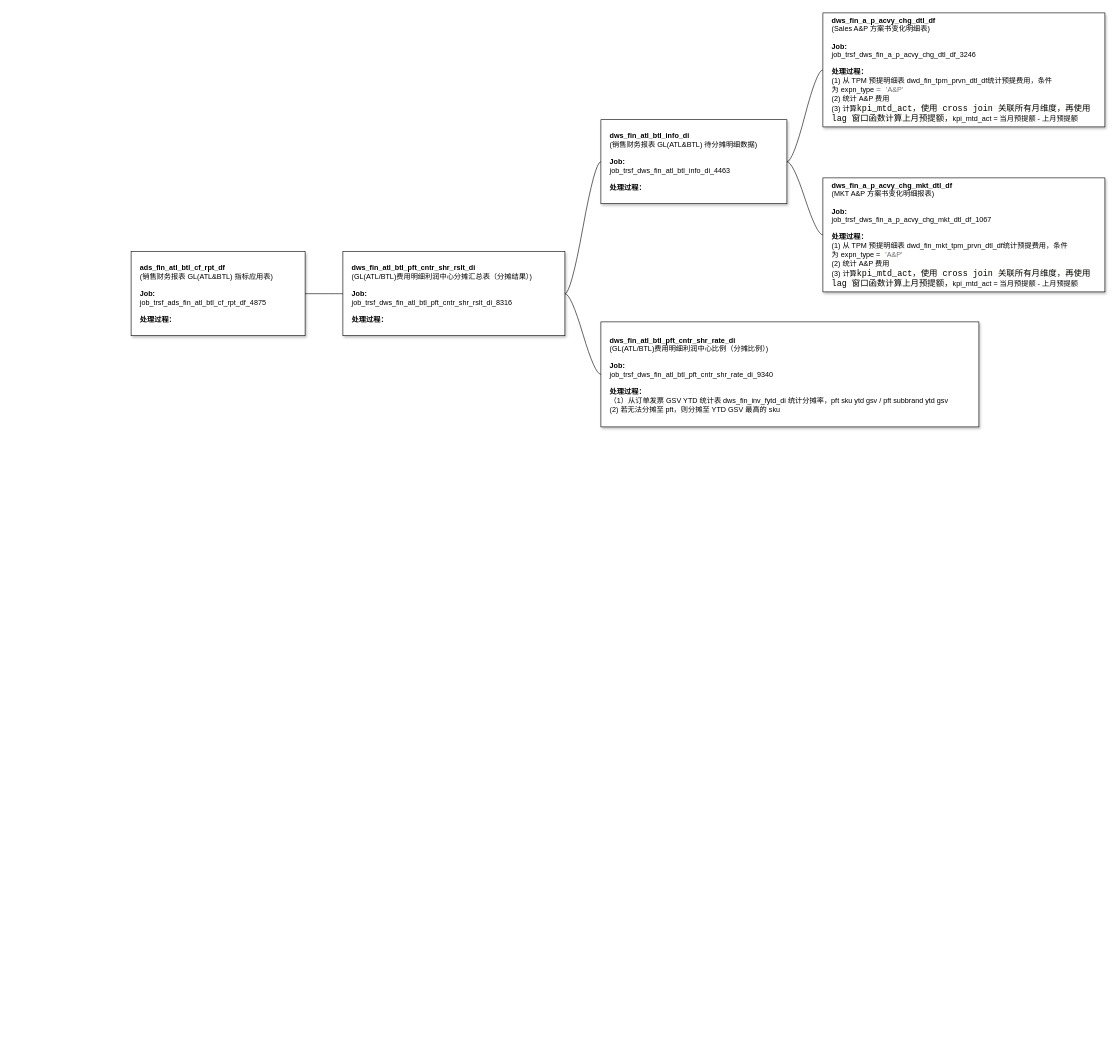
This is vitasoy-fin-atlAndBtl.drawio from fsJerryChan/fsJerryChan, a draw.io file, before an edit. Source tidied: cells renumbered, new cells numbered last; positions are measured from the earlier drawing's top-left corner, leaving out a move shared by most shapes. Both pictures are drawn from the tidied source at 60%, with x=0, y=0 at pixel (131, 13).
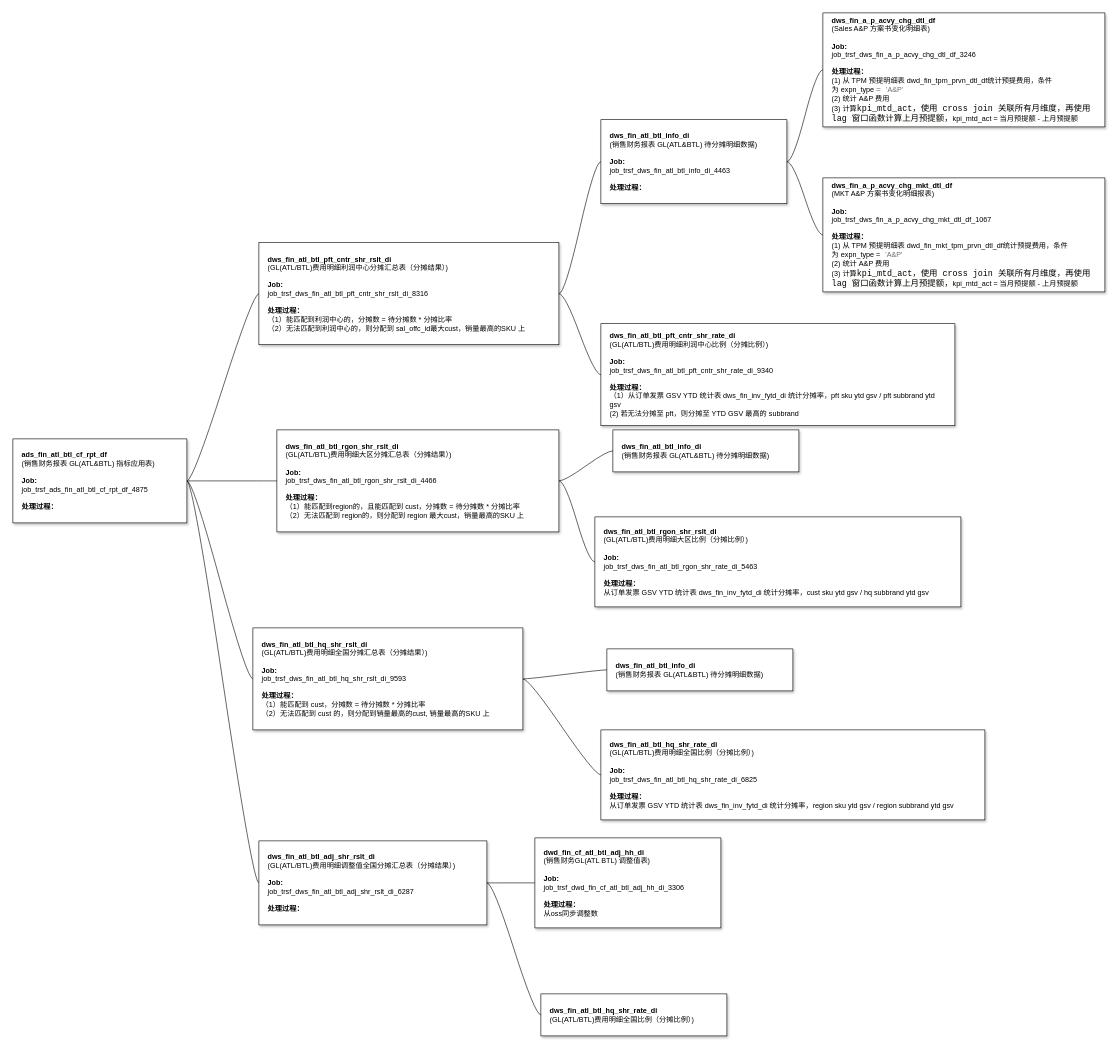
The same diagram, later.

Diff of the diagram source:
```diff
@@
+    <mxCell id="13" style="edgeStyle=entityRelationEdgeStyle;rounded=0;jettySize=auto;html=1;startArrow=none;endArrow=none;segment=10;curved=1;sourcePerimeterSpacing=0;targetPerimeterSpacing=0;" parent="1" edge="1" source="8" target="18">
+      <mxGeometry relative="1" as="geometry" />
+    </mxCell>
+    <mxCell id="14" style="edgeStyle=entityRelationEdgeStyle;rounded=0;jettySize=auto;html=1;startArrow=none;endArrow=none;segment=10;curved=1;sourcePerimeterSpacing=0;targetPerimeterSpacing=0;" parent="1" edge="1" source="8" target="23">
+      <mxGeometry relative="1" as="geometry" />
+    </mxCell>
+    <mxCell id="15" style="edgeStyle=entityRelationEdgeStyle;rounded=0;jettySize=auto;html=1;startArrow=none;endArrow=none;segment=10;curved=1;sourcePerimeterSpacing=0;targetPerimeterSpacing=0;" parent="1" edge="1" source="8" target="28">
+      <mxGeometry relative="1" as="geometry" />
+    </mxCell>
     <mxCell id="8" value="&lt;b&gt;ads_fin_atl_btl_cf_rpt_df&lt;/b&gt;&lt;br&gt;(销售财务报表 GL(ATL&amp;amp;BTL) 指标应用表)&lt;br&gt;&lt;br&gt;&lt;b&gt;Job:&lt;br&gt;&lt;/b&gt;job_trsf_ads_fin_atl_btl_cf_rpt_df_4875&lt;br&gt;&lt;br&gt;&lt;b&gt;处理过程：&lt;/b&gt;" style="whiteSpace=wrap;html=1;rounded=0;arcSize=50;align=left;verticalAlign=middle;strokeWidth=1;spacing=15;newEdgeStyle={&quot;edgeStyle&quot;:&quot;entityRelationEdgeStyle&quot;,&quot;startArrow&quot;:&quot;none&quot;,&quot;endArrow&quot;:&quot;none&quot;,&quot;segment&quot;:10,&quot;curved&quot;:1,&quot;sourcePerimeterSpacing&quot;:0,&quot;targetPerimeterSpacing&quot;:0};shadow=1;" parent="1" vertex="1">
-      <mxGeometry y="398" width="290" height="140" as="geometry" />
+      <mxGeometry x="-197" y="710" width="290" height="140" as="geometry" />
     </mxCell>
-    <mxCell id="9" value="&lt;b&gt;dws_fin_atl_btl_pft_cntr_shr_rate_di&lt;/b&gt;&lt;br&gt;(GL(ATL/BTL)费用明细利润中心比例（分摊比例）)&lt;br&gt;&lt;br&gt;&lt;b&gt;Job:&lt;br&gt;&lt;/b&gt;job_trsf_dws_fin_atl_btl_pft_cntr_shr_rate_di_9340&lt;br&gt;&lt;br&gt;&lt;b&gt;处理过程：&lt;/b&gt;&lt;br&gt;（1）从订单发票 GSV YTD 统计表 dws_fin_inv_fytd_di 统计分摊率，pft sku ytd gsv / pft subbrand ytd gsv&lt;br&gt;(2) 若无法分摊至 pft，则分摊至 YTD GSV 最高的 sku" style="whiteSpace=wrap;html=1;rounded=0;arcSize=50;align=left;verticalAlign=middle;strokeWidth=1;spacing=15;newEdgeStyle={&quot;edgeStyle&quot;:&quot;entityRelationEdgeStyle&quot;,&quot;startArrow&quot;:&quot;none&quot;,&quot;endArrow&quot;:&quot;none&quot;,&quot;segment&quot;:10,&quot;curved&quot;:1,&quot;sourcePerimeterSpacing&quot;:0,&quot;targetPerimeterSpacing&quot;:0};shadow=1;" parent="1" vertex="1">
-      <mxGeometry x="783" y="515" width="630" height="175" as="geometry" />
+    <mxCell id="9" value="&lt;b&gt;dws_fin_atl_btl_pft_cntr_shr_rate_di&lt;/b&gt;&lt;br&gt;(GL(ATL/BTL)费用明细利润中心比例（分摊比例）)&lt;br&gt;&lt;br&gt;&lt;b&gt;Job:&lt;br&gt;&lt;/b&gt;job_trsf_dws_fin_atl_btl_pft_cntr_shr_rate_di_9340&lt;br&gt;&lt;br&gt;&lt;b&gt;处理过程：&lt;/b&gt;&lt;br&gt;（1）从订单发票 GSV YTD 统计表 dws_fin_inv_fytd_di 统计分摊率，pft sku ytd gsv / pft subbrand ytd gsv&lt;br&gt;(2) 若无法分摊至 pft，则分摊至 YTD GSV 最高的 subbrand" style="whiteSpace=wrap;html=1;rounded=0;arcSize=50;align=left;verticalAlign=middle;strokeWidth=1;spacing=15;newEdgeStyle={&quot;edgeStyle&quot;:&quot;entityRelationEdgeStyle&quot;,&quot;startArrow&quot;:&quot;none&quot;,&quot;endArrow&quot;:&quot;none&quot;,&quot;segment&quot;:10,&quot;curved&quot;:1,&quot;sourcePerimeterSpacing&quot;:0,&quot;targetPerimeterSpacing&quot;:0};shadow=1;" parent="1" vertex="1">
+      <mxGeometry x="783" y="518" width="590" height="170" as="geometry" />
     </mxCell>
@@
-    <mxCell id="12" value="&lt;b&gt;dws_fin_atl_btl_pft_cntr_shr_rslt_di&lt;/b&gt;&lt;br&gt;(GL(ATL/BTL)费用明细利润中心分摊汇总表（分摊结果）)&lt;br&gt;&lt;br&gt;&lt;b&gt;Job:&lt;br&gt;&lt;/b&gt;job_trsf_dws_fin_atl_btl_pft_cntr_shr_rslt_di_8316&lt;br&gt;&lt;br&gt;&lt;b&gt;处理过程：&lt;/b&gt;" style="whiteSpace=wrap;html=1;rounded=0;arcSize=50;align=left;verticalAlign=middle;strokeWidth=1;spacing=15;newEdgeStyle={&quot;edgeStyle&quot;:&quot;entityRelationEdgeStyle&quot;,&quot;startArrow&quot;:&quot;none&quot;,&quot;endArrow&quot;:&quot;none&quot;,&quot;segment&quot;:10,&quot;curved&quot;:1,&quot;sourcePerimeterSpacing&quot;:0,&quot;targetPerimeterSpacing&quot;:0};shadow=1;" parent="1" vertex="1">
-      <mxGeometry x="353" y="398" width="370" height="140" as="geometry" />
+    <mxCell id="12" value="&lt;b&gt;dws_fin_atl_btl_pft_cntr_shr_rslt_di&lt;/b&gt;&lt;br&gt;(GL(ATL/BTL)费用明细利润中心分摊汇总表（分摊结果）)&lt;br&gt;&lt;br&gt;&lt;b&gt;Job:&lt;br&gt;&lt;/b&gt;job_trsf_dws_fin_atl_btl_pft_cntr_shr_rslt_di_8316&lt;br&gt;&lt;br&gt;&lt;b&gt;处理过程：&lt;/b&gt;&lt;br&gt;（1）能匹配到利润中心的，分摊数 = 待分摊数 * 分摊比率&lt;br&gt;（2）无法匹配到利润中心的，则分配到&amp;nbsp;sal_offc_id最大cust，销量最高的SKU 上" style="whiteSpace=wrap;html=1;rounded=0;arcSize=50;align=left;verticalAlign=middle;strokeWidth=1;spacing=15;newEdgeStyle={&quot;edgeStyle&quot;:&quot;entityRelationEdgeStyle&quot;,&quot;startArrow&quot;:&quot;none&quot;,&quot;endArrow&quot;:&quot;none&quot;,&quot;segment&quot;:10,&quot;curved&quot;:1,&quot;sourcePerimeterSpacing&quot;:0,&quot;targetPerimeterSpacing&quot;:0};shadow=1;" parent="1" vertex="1">
+      <mxGeometry x="213" y="383" width="500" height="170" as="geometry" />
     </mxCell>
+    <mxCell id="16" style="edgeStyle=entityRelationEdgeStyle;rounded=0;jettySize=auto;html=1;startArrow=none;endArrow=none;segment=10;curved=1;sourcePerimeterSpacing=0;targetPerimeterSpacing=0;" parent="1" edge="1" source="18" target="19">
+      <mxGeometry relative="1" as="geometry" />
+    </mxCell>
+    <mxCell id="17" style="edgeStyle=entityRelationEdgeStyle;rounded=0;jettySize=auto;html=1;startArrow=none;endArrow=none;segment=10;curved=1;sourcePerimeterSpacing=0;targetPerimeterSpacing=0;" parent="1" edge="1" source="18" target="20">
+      <mxGeometry relative="1" as="geometry" />
+    </mxCell>
+    <mxCell id="18" value="&lt;b&gt;dws_fin_atl_btl_rgon_shr_rslt_di&lt;br&gt;&lt;/b&gt;(GL(ATL/BTL)费用明细大区分摊汇总表（分摊结果）)&lt;br&gt;&lt;br&gt;&lt;b&gt;Job:&lt;br&gt;&lt;/b&gt;job_trsf_dws_fin_atl_btl_rgon_shr_rslt_di_4466&lt;br&gt;&lt;br&gt;&lt;b&gt;处理过程：&lt;br&gt;&lt;/b&gt;（1）能匹配到region的，且能匹配到 cust，分摊数 = 待分摊数 * 分摊比率&lt;br style=&quot;border-color: var(--border-color);&quot;&gt;（2）无法匹配到 region的，则分配到 region 最大cust，销量最高的SKU 上&lt;b&gt;&lt;br&gt;&lt;/b&gt;" style="whiteSpace=wrap;html=1;rounded=0;arcSize=50;align=left;verticalAlign=middle;strokeWidth=1;spacing=15;newEdgeStyle={&quot;edgeStyle&quot;:&quot;entityRelationEdgeStyle&quot;,&quot;startArrow&quot;:&quot;none&quot;,&quot;endArrow&quot;:&quot;none&quot;,&quot;segment&quot;:10,&quot;curved&quot;:1,&quot;sourcePerimeterSpacing&quot;:0,&quot;targetPerimeterSpacing&quot;:0};shadow=1;" parent="1" vertex="1">
+      <mxGeometry x="243" y="695" width="470" height="170" as="geometry" />
+    </mxCell>
+    <mxCell id="19" value="&lt;b style=&quot;border-color: var(--border-color);&quot;&gt;dws_fin_atl_btl_info_di&lt;/b&gt;&lt;br style=&quot;border-color: var(--border-color);&quot;&gt;(销售财务报表 GL(ATL&amp;amp;BTL) 待分摊明细数据)" style="whiteSpace=wrap;html=1;rounded=0;arcSize=50;align=left;verticalAlign=middle;strokeWidth=1;spacing=15;newEdgeStyle={&quot;edgeStyle&quot;:&quot;entityRelationEdgeStyle&quot;,&quot;startArrow&quot;:&quot;none&quot;,&quot;endArrow&quot;:&quot;none&quot;,&quot;segment&quot;:10,&quot;curved&quot;:1,&quot;sourcePerimeterSpacing&quot;:0,&quot;targetPerimeterSpacing&quot;:0};shadow=1;" parent="1" vertex="1">
+      <mxGeometry x="803" y="695" width="310" height="70" as="geometry" />
+    </mxCell>
+    <mxCell id="20" value="&lt;b&gt;dws_fin_atl_btl_rgon_shr_rslt_di&lt;br&gt;&lt;/b&gt;(GL(ATL/BTL)费用明细大区比例（分摊比例）)&lt;br&gt;&lt;br&gt;&lt;b&gt;Job:&lt;br&gt;&lt;/b&gt;job_trsf_dws_fin_atl_btl_rgon_shr_rate_di_5463&lt;br&gt;&lt;br&gt;&lt;b&gt;处理过程：&lt;br&gt;&lt;/b&gt;从订单发票 GSV YTD 统计表 dws_fin_inv_fytd_di 统计分摊率，cust sku ytd gsv / hq subbrand ytd gsv&lt;b&gt;&lt;br&gt;&lt;/b&gt;" style="whiteSpace=wrap;html=1;rounded=0;arcSize=50;align=left;verticalAlign=middle;strokeWidth=1;spacing=15;newEdgeStyle={&quot;edgeStyle&quot;:&quot;entityRelationEdgeStyle&quot;,&quot;startArrow&quot;:&quot;none&quot;,&quot;endArrow&quot;:&quot;none&quot;,&quot;segment&quot;:10,&quot;curved&quot;:1,&quot;sourcePerimeterSpacing&quot;:0,&quot;targetPerimeterSpacing&quot;:0};shadow=1;" parent="1" vertex="1">
+      <mxGeometry x="773" y="840" width="610" height="150" as="geometry" />
+    </mxCell>
+    <mxCell id="21" style="edgeStyle=entityRelationEdgeStyle;rounded=0;jettySize=auto;html=1;startArrow=none;endArrow=none;segment=10;curved=1;sourcePerimeterSpacing=0;targetPerimeterSpacing=0;" parent="1" edge="1" source="23" target="24">
+      <mxGeometry relative="1" as="geometry" />
+    </mxCell>
+    <mxCell id="22" style="edgeStyle=entityRelationEdgeStyle;rounded=0;jettySize=auto;html=1;startArrow=none;endArrow=none;segment=10;curved=1;sourcePerimeterSpacing=0;targetPerimeterSpacing=0;" parent="1" edge="1" source="23" target="25">
+      <mxGeometry relative="1" as="geometry" />
+    </mxCell>
+    <mxCell id="23" value="&lt;b&gt;dws_fin_atl_btl_hq_shr_rslt_di&lt;/b&gt;&lt;br&gt;(GL(ATL/BTL)费用明细全国分摊汇总表（分摊结果）)&lt;br&gt;&lt;br&gt;&lt;b&gt;Job:&lt;br&gt;&lt;/b&gt;job_trsf_dws_fin_atl_btl_hq_shr_rslt_di_9593&lt;br&gt;&lt;br&gt;&lt;b&gt;处理过程：&lt;br&gt;&lt;/b&gt;（1）能匹配到 cust，分摊数 = 待分摊数 * 分摊比率&lt;br style=&quot;border-color: var(--border-color);&quot;&gt;（2）无法匹配到 cust 的，则分配到销量最高的cust, 销量最高的SKU 上&lt;b&gt;&lt;br&gt;&lt;/b&gt;" style="whiteSpace=wrap;html=1;rounded=0;arcSize=50;align=left;verticalAlign=middle;strokeWidth=1;spacing=15;newEdgeStyle={&quot;edgeStyle&quot;:&quot;entityRelationEdgeStyle&quot;,&quot;startArrow&quot;:&quot;none&quot;,&quot;endArrow&quot;:&quot;none&quot;,&quot;segment&quot;:10,&quot;curved&quot;:1,&quot;sourcePerimeterSpacing&quot;:0,&quot;targetPerimeterSpacing&quot;:0};shadow=1;" parent="1" vertex="1">
+      <mxGeometry x="203" y="1025" width="450" height="170" as="geometry" />
+    </mxCell>
+    <mxCell id="24" value="&lt;b style=&quot;border-color: var(--border-color);&quot;&gt;dws_fin_atl_btl_info_di&lt;/b&gt;&lt;br style=&quot;border-color: var(--border-color);&quot;&gt;(销售财务报表 GL(ATL&amp;amp;BTL) 待分摊明细数据)" style="whiteSpace=wrap;html=1;rounded=0;arcSize=50;align=left;verticalAlign=middle;strokeWidth=1;spacing=15;newEdgeStyle={&quot;edgeStyle&quot;:&quot;entityRelationEdgeStyle&quot;,&quot;startArrow&quot;:&quot;none&quot;,&quot;endArrow&quot;:&quot;none&quot;,&quot;segment&quot;:10,&quot;curved&quot;:1,&quot;sourcePerimeterSpacing&quot;:0,&quot;targetPerimeterSpacing&quot;:0};shadow=1;" parent="1" vertex="1">
+      <mxGeometry x="793" y="1060" width="310" height="70" as="geometry" />
+    </mxCell>
+    <mxCell id="25" value="&lt;b&gt;dws_fin_atl_btl_hq_shr_rate_di&lt;/b&gt;&lt;br&gt;(GL(ATL/BTL)费用明细全国比例（分摊比例）)&lt;br&gt;&lt;br&gt;&lt;b&gt;Job:&lt;br&gt;&lt;/b&gt;job_trsf_dws_fin_atl_btl_hq_shr_rate_di_6825&lt;br&gt;&lt;br&gt;&lt;b&gt;处理过程：&lt;br&gt;&lt;/b&gt;从订单发票 GSV YTD 统计表 dws_fin_inv_fytd_di 统计分摊率，region sku ytd gsv / region subbrand ytd gsv&lt;b&gt;&lt;br&gt;&lt;/b&gt;" style="whiteSpace=wrap;html=1;rounded=0;arcSize=50;align=left;verticalAlign=middle;strokeWidth=1;spacing=15;newEdgeStyle={&quot;edgeStyle&quot;:&quot;entityRelationEdgeStyle&quot;,&quot;startArrow&quot;:&quot;none&quot;,&quot;endArrow&quot;:&quot;none&quot;,&quot;segment&quot;:10,&quot;curved&quot;:1,&quot;sourcePerimeterSpacing&quot;:0,&quot;targetPerimeterSpacing&quot;:0};shadow=1;" parent="1" vertex="1">
+      <mxGeometry x="783" y="1195" width="640" height="150" as="geometry" />
+    </mxCell>
+    <mxCell id="26" style="edgeStyle=entityRelationEdgeStyle;rounded=0;jettySize=auto;html=1;startArrow=none;endArrow=none;segment=10;curved=1;sourcePerimeterSpacing=0;targetPerimeterSpacing=0;" parent="1" edge="1" source="28" target="29">
+      <mxGeometry relative="1" as="geometry" />
+    </mxCell>
+    <mxCell id="27" style="edgeStyle=entityRelationEdgeStyle;rounded=0;jettySize=auto;html=1;startArrow=none;endArrow=none;segment=10;curved=1;sourcePerimeterSpacing=0;targetPerimeterSpacing=0;" parent="1" edge="1" source="28" target="30">
+      <mxGeometry relative="1" as="geometry" />
+    </mxCell>
+    <mxCell id="28" value="&lt;b&gt;dws_fin_atl_btl_adj_shr_rslt_di&lt;/b&gt;&lt;br&gt;(GL(ATL/BTL)费用明细调整值全国分摊汇总表（分摊结果）)&lt;br&gt;&lt;br&gt;&lt;b&gt;Job:&lt;br&gt;&lt;/b&gt;job_trsf_dws_fin_atl_btl_adj_shr_rslt_di_6287&lt;br&gt;&lt;br&gt;&lt;b&gt;处理过程：&lt;/b&gt;" style="whiteSpace=wrap;html=1;rounded=0;arcSize=50;align=left;verticalAlign=middle;strokeWidth=1;spacing=15;newEdgeStyle={&quot;edgeStyle&quot;:&quot;entityRelationEdgeStyle&quot;,&quot;startArrow&quot;:&quot;none&quot;,&quot;endArrow&quot;:&quot;none&quot;,&quot;segment&quot;:10,&quot;curved&quot;:1,&quot;sourcePerimeterSpacing&quot;:0,&quot;targetPerimeterSpacing&quot;:0};shadow=1;" parent="1" vertex="1">
+      <mxGeometry x="213" y="1380" width="380" height="140" as="geometry" />
+    </mxCell>
+    <mxCell id="29" value="&lt;b&gt;dwd_fin_cf_atl_btl_adj_hh_di&lt;/b&gt;&lt;br&gt;(销售财务GL(ATL BTL) 调整值表)&lt;br&gt;&lt;br&gt;&lt;b&gt;Job:&lt;br&gt;&lt;/b&gt;job_trsf_dwd_fin_cf_atl_btl_adj_hh_di_3306&lt;br&gt;&lt;br&gt;&lt;b&gt;处理过程：&lt;/b&gt;&lt;br&gt;从oss同步调整数" style="whiteSpace=wrap;html=1;rounded=0;arcSize=50;align=left;verticalAlign=middle;strokeWidth=1;spacing=15;newEdgeStyle={&quot;edgeStyle&quot;:&quot;entityRelationEdgeStyle&quot;,&quot;startArrow&quot;:&quot;none&quot;,&quot;endArrow&quot;:&quot;none&quot;,&quot;segment&quot;:10,&quot;curved&quot;:1,&quot;sourcePerimeterSpacing&quot;:0,&quot;targetPerimeterSpacing&quot;:0};shadow=1;" parent="1" vertex="1">
+      <mxGeometry x="673" y="1375" width="310" height="150" as="geometry" />
+    </mxCell>
+    <mxCell id="30" value="&lt;b style=&quot;border-color: var(--border-color);&quot;&gt;dws_fin_atl_btl_hq_shr_rate_di&lt;/b&gt;&lt;br style=&quot;border-color: var(--border-color);&quot;&gt;(GL(ATL/BTL)费用明细全国比例（分摊比例）)" style="whiteSpace=wrap;html=1;rounded=0;arcSize=50;align=left;verticalAlign=middle;strokeWidth=1;spacing=15;newEdgeStyle={&quot;edgeStyle&quot;:&quot;entityRelationEdgeStyle&quot;,&quot;startArrow&quot;:&quot;none&quot;,&quot;endArrow&quot;:&quot;none&quot;,&quot;segment&quot;:10,&quot;curved&quot;:1,&quot;sourcePerimeterSpacing&quot;:0,&quot;targetPerimeterSpacing&quot;:0};shadow=1;" parent="1" vertex="1">
+      <mxGeometry x="683" y="1635" width="310" height="70" as="geometry" />
+    </mxCell>
```
